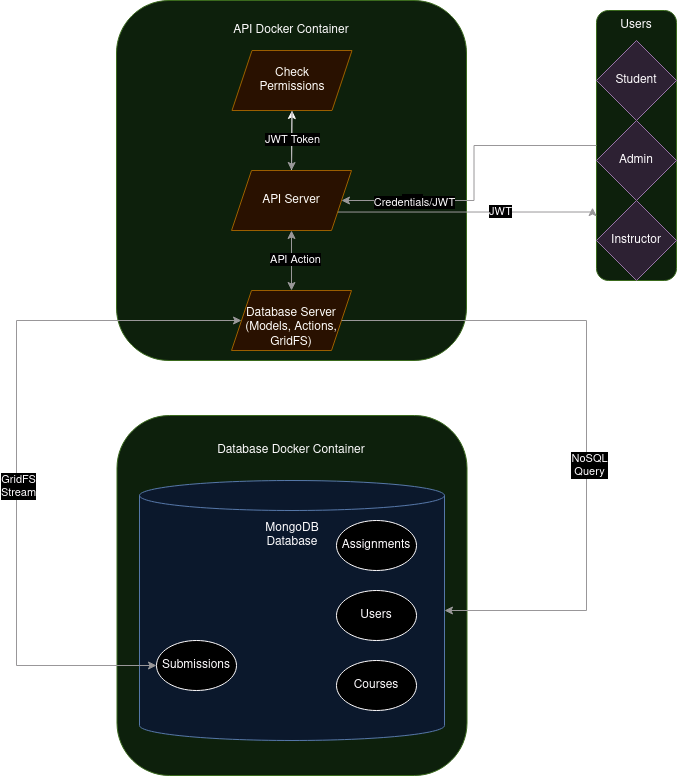
Before: documentation/TarpaulinSystemArchitecture.png, a diagram exported from draw.io (xDivisionByZerox/Tarpaulin). Source tidied: cells renumbered, new cells last; positions are measured from the earlier drawing's top-left corner, leaving out a move shared by most shapes.
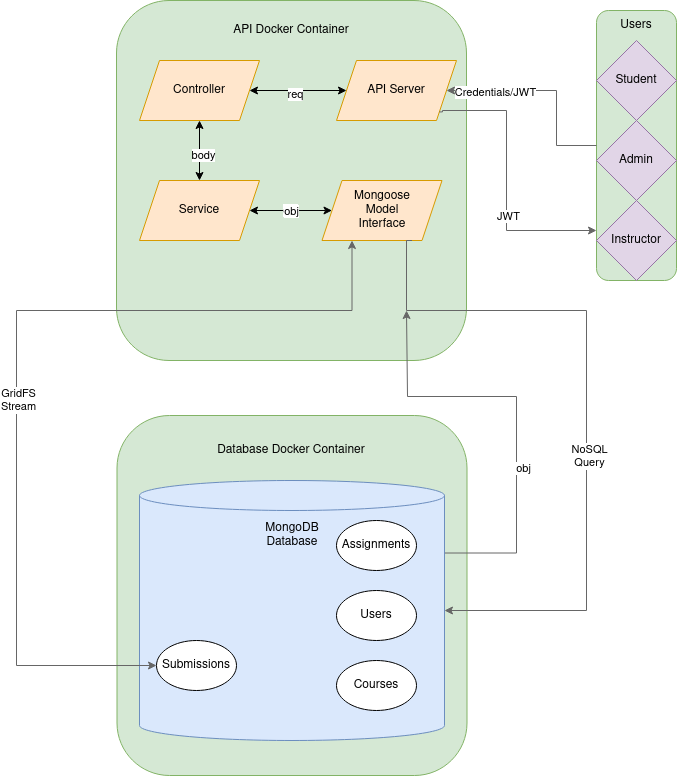
Above is the later version.

What changed in the source:
```diff
@@ -17,23 +17,35 @@
     <mxCell id="6" value="Database Docker Container" style="text;html=1;align=center;verticalAlign=middle;whiteSpace=wrap;rounded=0;" parent="1" vertex="1">
       <mxGeometry x="175" y="430" width="200" height="40" as="geometry" />
     </mxCell>
-    <mxCell id="7" value="&lt;div&gt;&lt;br&gt;&lt;/div&gt;&lt;div&gt;Database Server&lt;/div&gt;&lt;div&gt;(Models, Actions, GridFS)&lt;br&gt;&lt;/div&gt;" style="shape=parallelogram;perimeter=parallelogramPerimeter;whiteSpace=wrap;html=1;fixedSize=1;fillColor=#ffe6cc;strokeColor=#d79b00;" parent="1" vertex="1">
-      <mxGeometry x="215" y="290" width="120" height="60" as="geometry" />
+    <mxCell id="7" value="&lt;div&gt;Mongoose&lt;/div&gt;&lt;div&gt;Model&lt;br&gt;&lt;/div&gt;&lt;div&gt;Interface&lt;br&gt;&lt;/div&gt;" style="shape=parallelogram;perimeter=parallelogramPerimeter;whiteSpace=wrap;html=1;fixedSize=1;fillColor=#ffe6cc;strokeColor=#d79b00;" parent="1" vertex="1">
+      <mxGeometry x="305.5" y="180" width="120" height="60" as="geometry" />
     </mxCell>
-    <mxCell id="8" style="edgeStyle=orthogonalEdgeStyle;rounded=0;jettySize=auto;html=1;exitX=0.5;exitY=1;exitDx=0;exitDy=0;entryX=0.5;entryY=0;entryDx=0;entryDy=0;startArrow=classic;startFill=1;fillColor=#f5f5f5;strokeColor=#666666;" parent="1" edge="1" source="12" target="7">
-      <mxGeometry relative="1" as="geometry" />
-    </mxCell>
-    <mxCell id="9" value="API Action" style="edgeLabel;html=1;align=center;verticalAlign=middle;" parent="8" vertex="1">
-      <mxGeometry x="-0.05" y="3" relative="1" as="geometry" />
-    </mxCell>
-    <mxCell id="10" style="edgeStyle=orthogonalEdgeStyle;rounded=0;jettySize=auto;html=1;" parent="1" edge="1" source="12" target="24">
+    <mxCell id="10" style="edgeStyle=orthogonalEdgeStyle;rounded=0;jettySize=auto;html=1;startArrow=classic;startFill=1;" parent="1" edge="1" source="12" target="24">
       <mxGeometry relative="1" as="geometry" />
     </mxCell>
+    <mxCell id="35" value="req" style="edgeLabel;html=1;align=center;verticalAlign=middle;" parent="10" vertex="1">
+      <mxGeometry x="0.07" y="3" relative="1" as="geometry" />
+    </mxCell>
+    <mxCell id="36" style="edgeStyle=orthogonalEdgeStyle;rounded=0;jettySize=auto;html=1;exitX=1;exitY=0;exitDx=0;exitDy=72.5;exitPerimeter=0;strokeColor=#666666;" parent="1" edge="1" source="11">
+      <mxGeometry relative="1" as="geometry">
+        <mxPoint x="390" y="310" as="targetPoint" />
+        <Array as="points">
+          <mxPoint x="500" y="553" />
+          <mxPoint x="500" y="396" />
+          <mxPoint x="391" y="396" />
+        </Array>
+      </mxGeometry>
+    </mxCell>
+    <mxCell id="37" value="obj" style="edgeLabel;html=1;align=center;verticalAlign=middle;" parent="36" vertex="1">
+      <mxGeometry x="-0.26" y="-6" relative="1" as="geometry">
+        <mxPoint y="1" as="offset" />
+      </mxGeometry>
+    </mxCell>
     <mxCell id="11" style="shape=cylinder3;whiteSpace=wrap;html=1;boundedLbl=1;backgroundOutline=1;size=15;fillColor=#dae8fc;strokeColor=#6c8ebf;" parent="1" vertex="1">
       <mxGeometry x="123" y="480" width="305" height="260" as="geometry" />
     </mxCell>
     <mxCell id="12" value="API Server" style="shape=parallelogram;perimeter=parallelogramPerimeter;whiteSpace=wrap;html=1;fixedSize=1;fillColor=#ffe6cc;strokeColor=#d79b00;" parent="1" vertex="1">
-      <mxGeometry x="215" y="170" width="120" height="60" as="geometry" />
+      <mxGeometry x="320" y="60" width="120" height="60" as="geometry" />
     </mxCell>
     <mxCell id="13" style="edgeStyle=orthogonalEdgeStyle;rounded=0;orthogonalLoop=1;jettySize=auto;html=1;exitX=0.5;exitY=1;exitDx=0;exitDy=0;" parent="1" edge="1">
       <mxGeometry relative="1" as="geometry">
@@ -65,22 +77,25 @@
     <mxCell id="21" value="Admin" style="rhombus;whiteSpace=wrap;html=1;fillColor=#e1d5e7;strokeColor=#9673a6;" parent="1" vertex="1">
       <mxGeometry x="580" y="120" width="80" height="80" as="geometry" />
     </mxCell>
-    <mxCell id="22" style="edgeStyle=orthogonalEdgeStyle;rounded=0;jettySize=auto;html=1;exitX=0.5;exitY=1;exitDx=0;exitDy=0;fillColor=#f5f5f5;strokeColor=#666666;" parent="1" edge="1" source="24" target="12">
-      <mxGeometry relative="1" as="geometry" />
-    </mxCell>
-    <mxCell id="23" value="JWT Token" style="edgeLabel;html=1;align=center;verticalAlign=middle;" parent="22" vertex="1">
-      <mxGeometry x="0.01" y="-1" relative="1" as="geometry">
-        <mxPoint y="-1" as="offset" />
-      </mxGeometry>
-    </mxCell>
+    <mxCell id="38" style="edgeStyle=orthogonalEdgeStyle;rounded=0;jettySize=auto;html=1;exitX=0.5;exitY=1;exitDx=0;exitDy=0;startArrow=classic;startFill=1;" parent="1" edge="1" source="24" target="42">
+      <mxGeometry relative="1" as="geometry" />
+    </mxCell>
+    <mxCell id="39" value="body" style="edgeLabel;html=1;align=center;verticalAlign=middle;" parent="38" vertex="1">
+      <mxGeometry x="0.13" y="3" relative="1" as="geometry" />
+    </mxCell>
-    <mxCell id="24" value="&lt;div&gt;Check&lt;/div&gt;&lt;div&gt;Permissions&lt;/div&gt;" style="shape=parallelogram;perimeter=parallelogramPerimeter;whiteSpace=wrap;html=1;fixedSize=1;fillColor=#ffe6cc;strokeColor=#d79b00;" parent="1" vertex="1">
-      <mxGeometry x="215.5" y="50" width="120" height="60" as="geometry" />
+    <mxCell id="24" value="Controller" style="shape=parallelogram;perimeter=parallelogramPerimeter;whiteSpace=wrap;html=1;fixedSize=1;fillColor=#ffe6cc;strokeColor=#d79b00;" parent="1" vertex="1">
+      <mxGeometry x="123" y="60" width="120" height="60" as="geometry" />
     </mxCell>
     <mxCell id="25" value="Users" style="text;html=1;align=center;verticalAlign=middle;whiteSpace=wrap;rounded=0;" parent="1" vertex="1">
       <mxGeometry x="590" y="10" width="60" height="30" as="geometry" />
     </mxCell>
     <mxCell id="26" style="edgeStyle=orthogonalEdgeStyle;rounded=0;jettySize=auto;html=1;exitX=0;exitY=0.5;exitDx=0;exitDy=0;entryX=1;entryY=0.5;entryDx=0;entryDy=0;fillColor=#f5f5f5;strokeColor=#666666;" parent="1" edge="1" source="2" target="12">
-      <mxGeometry relative="1" as="geometry" />
+      <mxGeometry relative="1" as="geometry">
+        <Array as="points">
+          <mxPoint x="540" y="145" />
+          <mxPoint x="540" y="90" />
+        </Array>
+      </mxGeometry>
     </mxCell>
     <mxCell id="27" value="Text" style="edgeLabel;html=1;align=center;verticalAlign=middle;" parent="26" vertex="1">
       <mxGeometry x="0.55" y="-1" relative="1" as="geometry" />
@@ -88,20 +103,25 @@
     <mxCell id="28" value="Credentials/JWT" style="edgeLabel;html=1;align=center;verticalAlign=middle;" parent="26" vertex="1">
       <mxGeometry x="0.54" y="1" relative="1" as="geometry" />
     </mxCell>
-    <mxCell id="29" style="edgeStyle=orthogonalEdgeStyle;rounded=0;jettySize=auto;html=1;exitX=1;exitY=0.75;exitDx=0;exitDy=0;entryX=-0.05;entryY=0.73;entryDx=0;entryDy=0;entryPerimeter=0;fillColor=#f5f5f5;strokeColor=#666666;" parent="1" edge="1" source="12" target="2">
+    <mxCell id="29" style="edgeStyle=orthogonalEdgeStyle;rounded=0;jettySize=auto;html=1;exitX=1;exitY=1;exitDx=0;exitDy=0;fillColor=#f5f5f5;strokeColor=#666666;" parent="1" edge="1" source="12">
       <mxGeometry relative="1" as="geometry">
+        <mxPoint x="580" y="230" as="targetPoint" />
         <Array as="points">
-          <mxPoint x="576" y="212" />
+          <mxPoint x="426" y="111" />
+          <mxPoint x="426" y="110" />
+          <mxPoint x="490" y="110" />
+          <mxPoint x="490" y="230" />
         </Array>
       </mxGeometry>
     </mxCell>
     <mxCell id="30" value="JWT" style="edgeLabel;html=1;align=center;verticalAlign=middle;" parent="29" vertex="1">
       <mxGeometry x="0.25" y="1" relative="1" as="geometry" />
     </mxCell>
-    <mxCell id="31" style="edgeStyle=orthogonalEdgeStyle;rounded=0;jettySize=auto;html=1;exitX=1;exitY=0.5;exitDx=0;exitDy=0;entryX=1;entryY=0.5;entryDx=0;entryDy=0;entryPerimeter=0;fillColor=#f5f5f5;strokeColor=#666666;" parent="1" edge="1" source="7" target="11">
+    <mxCell id="31" style="edgeStyle=orthogonalEdgeStyle;rounded=0;jettySize=auto;html=1;exitX=0.75;exitY=1;exitDx=0;exitDy=0;entryX=1;entryY=0.5;entryDx=0;entryDy=0;entryPerimeter=0;fillColor=#f5f5f5;strokeColor=#666666;" parent="1" edge="1" source="7" target="11">
       <mxGeometry relative="1" as="geometry">
         <Array as="points">
-          <mxPoint x="570" y="320" />
+          <mxPoint x="390" y="310" />
+          <mxPoint x="570" y="310" />
           <mxPoint x="570" y="610" />
         </Array>
       </mxGeometry>
@@ -109,10 +129,11 @@
     <mxCell id="32" value="&lt;div&gt;NoSQL&lt;/div&gt;&lt;div&gt;Query&lt;br&gt;&lt;/div&gt;" style="edgeLabel;html=1;align=center;verticalAlign=middle;" parent="31" vertex="1">
       <mxGeometry x="0.15" y="2" relative="1" as="geometry" />
     </mxCell>
-    <mxCell id="33" style="edgeStyle=orthogonalEdgeStyle;rounded=0;jettySize=auto;html=1;exitX=0;exitY=0.5;exitDx=0;exitDy=0;entryX=0;entryY=0.5;entryDx=0;entryDy=0;endArrow=classic;endFill=1;startArrow=classic;startFill=1;fillColor=#f5f5f5;strokeColor=#666666;" parent="1" edge="1" source="7" target="16">
+    <mxCell id="33" style="edgeStyle=orthogonalEdgeStyle;rounded=0;jettySize=auto;html=1;exitX=0.25;exitY=1;exitDx=0;exitDy=0;entryX=0;entryY=0.5;entryDx=0;entryDy=0;endArrow=classic;endFill=1;startArrow=classic;startFill=1;fillColor=#f5f5f5;strokeColor=#666666;" parent="1" edge="1" source="7" target="16">
       <mxGeometry relative="1" as="geometry">
         <Array as="points">
-          <mxPoint y="320" />
+          <mxPoint x="336" y="310" />
+          <mxPoint y="310" />
           <mxPoint y="665" />
         </Array>
       </mxGeometry>
@@ -120,5 +141,14 @@
     <mxCell id="34" value="&lt;div&gt;GridFS&lt;/div&gt;&lt;div&gt;Stream&lt;br&gt;&lt;/div&gt;" style="edgeLabel;html=1;align=center;verticalAlign=middle;" parent="33" vertex="1">
       <mxGeometry x="0.1" y="1" relative="1" as="geometry" />
     </mxCell>
+    <mxCell id="40" value="obj" style="edgeStyle=orthogonalEdgeStyle;rounded=0;jettySize=auto;html=1;exitX=1;exitY=0.5;exitDx=0;exitDy=0;startArrow=classic;startFill=1;strokeColor=#000000;" parent="1" edge="1" source="42" target="7">
+      <mxGeometry relative="1" as="geometry" />
+    </mxCell>
+    <mxCell id="41" value="&lt;div&gt;obj&lt;/div&gt;" style="edgeLabel;html=1;align=center;verticalAlign=middle;" parent="40" vertex="1">
+      <mxGeometry x="-0.01" relative="1" as="geometry" />
+    </mxCell>
+    <mxCell id="42" value="Service" style="shape=parallelogram;perimeter=parallelogramPerimeter;whiteSpace=wrap;html=1;fixedSize=1;fillColor=#ffe6cc;strokeColor=#d79b00;" parent="1" vertex="1">
+      <mxGeometry x="123" y="180" width="120" height="60" as="geometry" />
+    </mxCell>
   </root>
 </mxGraphModel>
```
